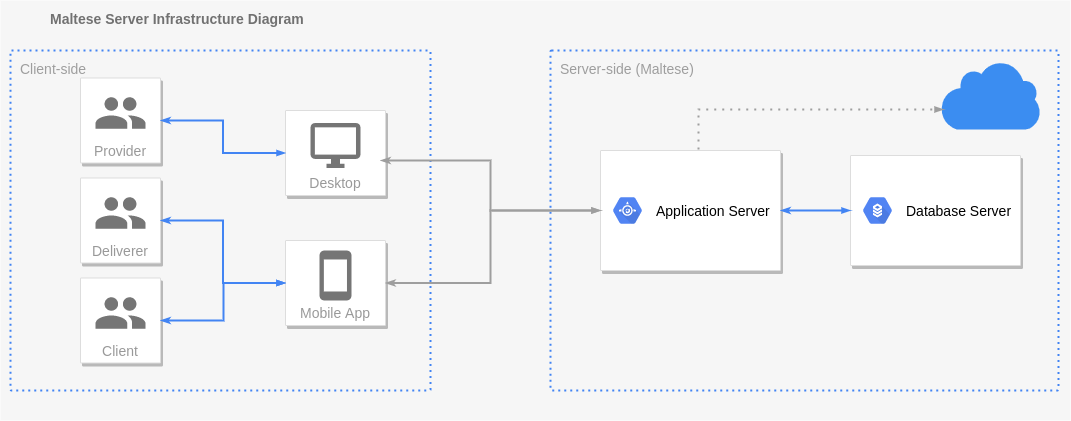
This is docs/images/maltese-infrastructure-diagram.png from ES2-UFPI/maltese, a draw.io export, as it was before one commit. Source tidied: cells renumbered, new cells last; positions are measured from the earlier drawing's top-left corner, leaving out a move shared by most shapes. Source of this version:
```xml
<mxGraphModel background="#ffffff">
  <root>
    <mxCell id="0" />
    <mxCell id="1" parent="0" />
    <mxCell id="2" value="&lt;b&gt;Maltese Server Infrastructure Diagram&lt;/b&gt;" style="fillColor=#F6F6F6;strokeColor=none;shadow=0;gradientColor=none;fontSize=14;align=left;spacing=10;fontColor=#717171;9E9E9E;verticalAlign=top;spacingTop=-4;fontStyle=0;spacingLeft=40;html=1;" parent="1" vertex="1">
      <mxGeometry width="1070" height="420" as="geometry" />
    </mxCell>
    <mxCell id="3" value="Server-side (Maltese)" style="rounded=1;absoluteArcSize=1;arcSize=2;html=1;strokeColor=#4284F3;gradientColor=none;shadow=0;dashed=1;fontSize=12;fontColor=#9E9E9E;align=left;verticalAlign=top;spacing=10;spacingTop=-4;fillColor=none;dashPattern=1 2;strokeWidth=2;" parent="2" vertex="1">
      <mxGeometry x="550" y="50" width="508" height="340" as="geometry" />
    </mxCell>
    <mxCell id="4" style="strokeColor=#dddddd;shadow=1;strokeWidth=1;rounded=1;absoluteArcSize=1;arcSize=2;" parent="2" vertex="1">
      <mxGeometry x="600" y="150" width="180" height="120" as="geometry" />
    </mxCell>
    <mxCell id="5" value="&lt;font color=&quot;#000000&quot;&gt;Application Server&lt;/font&gt;" style="dashed=0;html=1;fillColor=#5184F3;strokeColor=none;shape=mxgraph.gcp2.hexIcon;prIcon=app_engine;labelPosition=right;verticalLabelPosition=middle;align=left;verticalAlign=middle;spacingLeft=5;fontColor=#999999;fontSize=12;" parent="4" vertex="1">
      <mxGeometry y="0.5" width="44" height="39" relative="1" as="geometry">
        <mxPoint x="5" y="-19.5" as="offset" />
      </mxGeometry>
    </mxCell>
    <mxCell id="6" style="strokeColor=#dddddd;shadow=1;strokeWidth=1;rounded=1;absoluteArcSize=1;arcSize=2;" parent="2" vertex="1">
      <mxGeometry x="850" y="155" width="170" height="110" as="geometry" />
    </mxCell>
    <mxCell id="7" value="&lt;font color=&quot;#000000&quot;&gt;Database Server&lt;/font&gt;" style="dashed=0;html=1;fillColor=#5184F3;strokeColor=none;shape=mxgraph.gcp2.hexIcon;prIcon=cloud_sql;labelPosition=right;verticalLabelPosition=middle;align=left;verticalAlign=middle;spacingLeft=5;fontColor=#999999;fontSize=12;" parent="6" vertex="1">
      <mxGeometry y="0.5" width="44" height="39" relative="1" as="geometry">
        <mxPoint x="5" y="-19.5" as="offset" />
      </mxGeometry>
    </mxCell>
    <mxCell id="8" style="edgeStyle=orthogonalEdgeStyle;fontSize=12;html=1;endArrow=blockThin;endFill=1;rounded=0;strokeWidth=2;endSize=4;startSize=4;dashed=0;strokeColor=#4284F3;startArrow=classicThin;startFill=1;" parent="2" edge="1" source="4" target="6">
      <mxGeometry relative="1" as="geometry" />
    </mxCell>
    <mxCell id="9" style="html=1;strokeColor=none;shadow=0;align=center;verticalAlign=top;fillColor=#3B8DF1;shape=mxgraph.gcp2.cloud;" parent="2" vertex="1">
      <mxGeometry x="940" y="60" width="100" height="69" as="geometry" />
    </mxCell>
    <mxCell id="10" style="edgeStyle=orthogonalEdgeStyle;fontSize=12;html=1;endArrow=blockThin;endFill=1;rounded=0;strokeWidth=2;endSize=4;startSize=4;dashed=1;dashPattern=1 3;strokeColor=#9E9E9E;entryX=0.03;entryY=0.71;entryDx=0;entryDy=0;entryPerimeter=0;exitX=0.544;exitY=-0.008;exitDx=0;exitDy=0;exitPerimeter=0;" parent="2" edge="1" source="4" target="9">
      <mxGeometry relative="1" as="geometry">
        <Array as="points">
          <mxPoint x="698" y="109" />
        </Array>
      </mxGeometry>
    </mxCell>
    <mxCell id="11" value="Client-side" style="rounded=1;absoluteArcSize=1;arcSize=2;html=1;strokeColor=#4284F3;gradientColor=none;shadow=0;dashed=1;fontSize=12;fontColor=#9E9E9E;align=left;verticalAlign=top;spacing=10;spacingTop=-4;fillColor=none;dashPattern=1 2;strokeWidth=2;" parent="1" vertex="1">
      <mxGeometry x="10" y="50" width="420" height="340" as="geometry" />
    </mxCell>
    <mxCell id="12" value="Desktop" style="strokeColor=#dddddd;shadow=1;strokeWidth=1;rounded=1;absoluteArcSize=1;arcSize=2;labelPosition=center;verticalLabelPosition=middle;align=center;verticalAlign=bottom;spacingLeft=0;fontColor=#999999;fontSize=12;whiteSpace=wrap;spacingBottom=2;" parent="1" vertex="1">
      <mxGeometry x="285" y="110" width="100" height="85" as="geometry" />
    </mxCell>
    <mxCell id="13" style="dashed=0;html=1;fillColor=#757575;strokeColor=none;shape=mxgraph.gcp2.desktop;" parent="12" vertex="1">
      <mxGeometry x="0.5" width="50" height="45" relative="1" as="geometry">
        <mxPoint x="-25" y="12.5" as="offset" />
      </mxGeometry>
    </mxCell>
    <mxCell id="14" style="edgeStyle=orthogonalEdgeStyle;fontSize=12;html=1;endArrow=blockThin;endFill=1;rounded=0;strokeWidth=2;endSize=4;startSize=4;dashed=0;strokeColor=#9E9E9E;startArrow=classicThin;startFill=1;" parent="12" edge="1" target="4">
      <mxGeometry relative="1" as="geometry">
        <mxPoint x="95" y="50" as="sourcePoint" />
      </mxGeometry>
    </mxCell>
    <mxCell id="15" value="Mobile App" style="strokeColor=#dddddd;shadow=1;strokeWidth=1;rounded=1;absoluteArcSize=1;arcSize=2;labelPosition=center;verticalLabelPosition=middle;align=center;verticalAlign=bottom;spacingLeft=0;fontColor=#999999;fontSize=12;whiteSpace=wrap;spacingBottom=2;" parent="1" vertex="1">
      <mxGeometry x="285" y="240" width="100" height="85" as="geometry" />
    </mxCell>
    <mxCell id="16" style="dashed=0;html=1;fillColor=#757575;strokeColor=none;shape=mxgraph.gcp2.phone;" parent="15" vertex="1">
      <mxGeometry x="0.5" width="32" height="50" relative="1" as="geometry">
        <mxPoint x="-16" y="10" as="offset" />
      </mxGeometry>
    </mxCell>
    <mxCell id="17" value="Provider" style="strokeColor=#dddddd;shadow=1;strokeWidth=1;rounded=1;absoluteArcSize=1;arcSize=2;labelPosition=center;verticalLabelPosition=middle;align=center;verticalAlign=bottom;spacingLeft=0;fontColor=#999999;fontSize=12;whiteSpace=wrap;spacingBottom=2;" parent="1" vertex="1">
      <mxGeometry x="80" y="77.5" width="80" height="85" as="geometry" />
    </mxCell>
    <mxCell id="18" style="dashed=0;html=1;fillColor=#757575;strokeColor=none;shape=mxgraph.gcp2.users;" parent="17" vertex="1">
      <mxGeometry x="0.5" width="50" height="31.5" relative="1" as="geometry">
        <mxPoint x="-25" y="19.2" as="offset" />
      </mxGeometry>
    </mxCell>
    <mxCell id="19" value="Deliverer" style="strokeColor=#dddddd;shadow=1;strokeWidth=1;rounded=1;absoluteArcSize=1;arcSize=2;labelPosition=center;verticalLabelPosition=middle;align=center;verticalAlign=bottom;spacingLeft=0;fontColor=#999999;fontSize=12;whiteSpace=wrap;spacingBottom=2;" parent="1" vertex="1">
      <mxGeometry x="80" y="177.5" width="80" height="85" as="geometry" />
    </mxCell>
    <mxCell id="20" style="dashed=0;html=1;fillColor=#757575;strokeColor=none;shape=mxgraph.gcp2.users;" parent="19" vertex="1">
      <mxGeometry x="0.5" width="50" height="31.5" relative="1" as="geometry">
        <mxPoint x="-25" y="19.2" as="offset" />
      </mxGeometry>
    </mxCell>
    <mxCell id="21" value="Client" style="strokeColor=#dddddd;shadow=1;strokeWidth=1;rounded=1;absoluteArcSize=1;arcSize=2;labelPosition=center;verticalLabelPosition=middle;align=center;verticalAlign=bottom;spacingLeft=0;fontColor=#999999;fontSize=12;whiteSpace=wrap;spacingBottom=2;" parent="1" vertex="1">
      <mxGeometry x="80" y="277.5" width="80" height="85" as="geometry" />
    </mxCell>
    <mxCell id="22" style="dashed=0;html=1;fillColor=#757575;strokeColor=none;shape=mxgraph.gcp2.users;" parent="21" vertex="1">
      <mxGeometry x="0.5" width="50" height="31.5" relative="1" as="geometry">
        <mxPoint x="-25" y="19.2" as="offset" />
      </mxGeometry>
    </mxCell>
    <mxCell id="23" style="edgeStyle=orthogonalEdgeStyle;fontSize=12;html=1;endArrow=blockThin;endFill=1;rounded=0;strokeWidth=2;endSize=4;startSize=4;dashed=0;strokeColor=#4284F3;entryX=0;entryY=0.5;entryDx=0;entryDy=0;exitX=1;exitY=0.5;exitDx=0;exitDy=0;startArrow=classicThin;startFill=1;" parent="1" edge="1" source="17" target="12">
      <mxGeometry relative="1" as="geometry" />
    </mxCell>
    <mxCell id="24" style="edgeStyle=orthogonalEdgeStyle;fontSize=12;html=1;endArrow=blockThin;endFill=1;rounded=0;strokeWidth=2;endSize=4;startSize=4;dashed=0;strokeColor=#4284F3;entryX=0;entryY=0.5;entryDx=0;entryDy=0;exitX=1;exitY=0.5;exitDx=0;exitDy=0;startArrow=classicThin;startFill=1;" parent="1" edge="1" source="19" target="15">
      <mxGeometry relative="1" as="geometry" />
    </mxCell>
    <mxCell id="25" style="edgeStyle=orthogonalEdgeStyle;fontSize=12;html=1;endArrow=blockThin;endFill=1;rounded=0;strokeWidth=2;endSize=4;startSize=4;dashed=0;strokeColor=#4284F3;entryX=0;entryY=0.5;entryDx=0;entryDy=0;exitX=1;exitY=0.5;exitDx=0;exitDy=0;startArrow=classicThin;startFill=1;" parent="1" edge="1" source="21" target="15">
      <mxGeometry relative="1" as="geometry">
        <Array as="points">
          <mxPoint x="223" y="320" />
          <mxPoint x="223" y="283" />
        </Array>
      </mxGeometry>
    </mxCell>
    <mxCell id="26" style="edgeStyle=orthogonalEdgeStyle;fontSize=12;html=1;endArrow=blockThin;endFill=1;rounded=0;strokeWidth=2;endSize=4;startSize=4;dashed=0;strokeColor=#9E9E9E;startArrow=classicThin;startFill=1;" parent="1" edge="1" source="15" target="4">
      <mxGeometry relative="1" as="geometry">
        <Array as="points">
          <mxPoint x="490" y="283" />
          <mxPoint x="490" y="210" />
        </Array>
      </mxGeometry>
    </mxCell>
  </root>
</mxGraphModel>
```
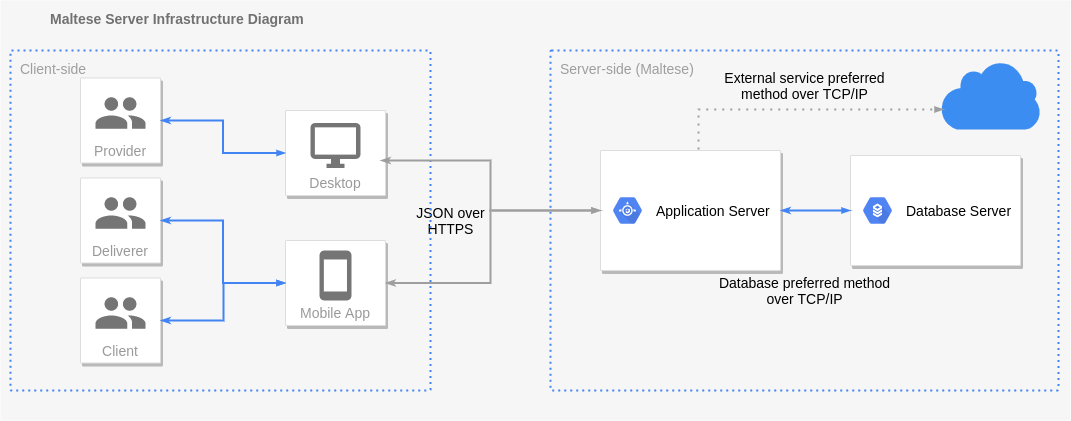
The same file after the commit.

Commit message:
Updated infrastructure diagram

Diff of the diagram source:
```diff
@@ -37,6 +37,15 @@
         </Array>
       </mxGeometry>
     </mxCell>
+    <mxCell id="27" value="JSON over&lt;br&gt;HTTPS" style="text;html=1;align=center;verticalAlign=middle;fillColor=none;strokeColor=none;rounded=0;" parent="2" vertex="1">
+      <mxGeometry x="410" y="205" width="80" height="30" as="geometry" />
+    </mxCell>
+    <mxCell id="28" value="Database preferred method&lt;br&gt;over TCP/IP" style="text;html=1;align=center;verticalAlign=middle;fillColor=none;strokeColor=none;rounded=0;" parent="2" vertex="1">
+      <mxGeometry x="709" y="275" width="190" height="30" as="geometry" />
+    </mxCell>
+    <mxCell id="29" value="External service preferred&lt;br&gt;method over TCP/IP" style="text;html=1;align=center;verticalAlign=middle;fillColor=none;strokeColor=none;rounded=0;" parent="2" vertex="1">
+      <mxGeometry x="714" y="70" width="180" height="30" as="geometry" />
+    </mxCell>
     <mxCell id="11" value="Client-side" style="rounded=1;absoluteArcSize=1;arcSize=2;html=1;strokeColor=#4284F3;gradientColor=none;shadow=0;dashed=1;fontSize=12;fontColor=#9E9E9E;align=left;verticalAlign=top;spacing=10;spacingTop=-4;fillColor=none;dashPattern=1 2;strokeWidth=2;" parent="1" vertex="1">
       <mxGeometry x="10" y="50" width="420" height="340" as="geometry" />
     </mxCell>
```
